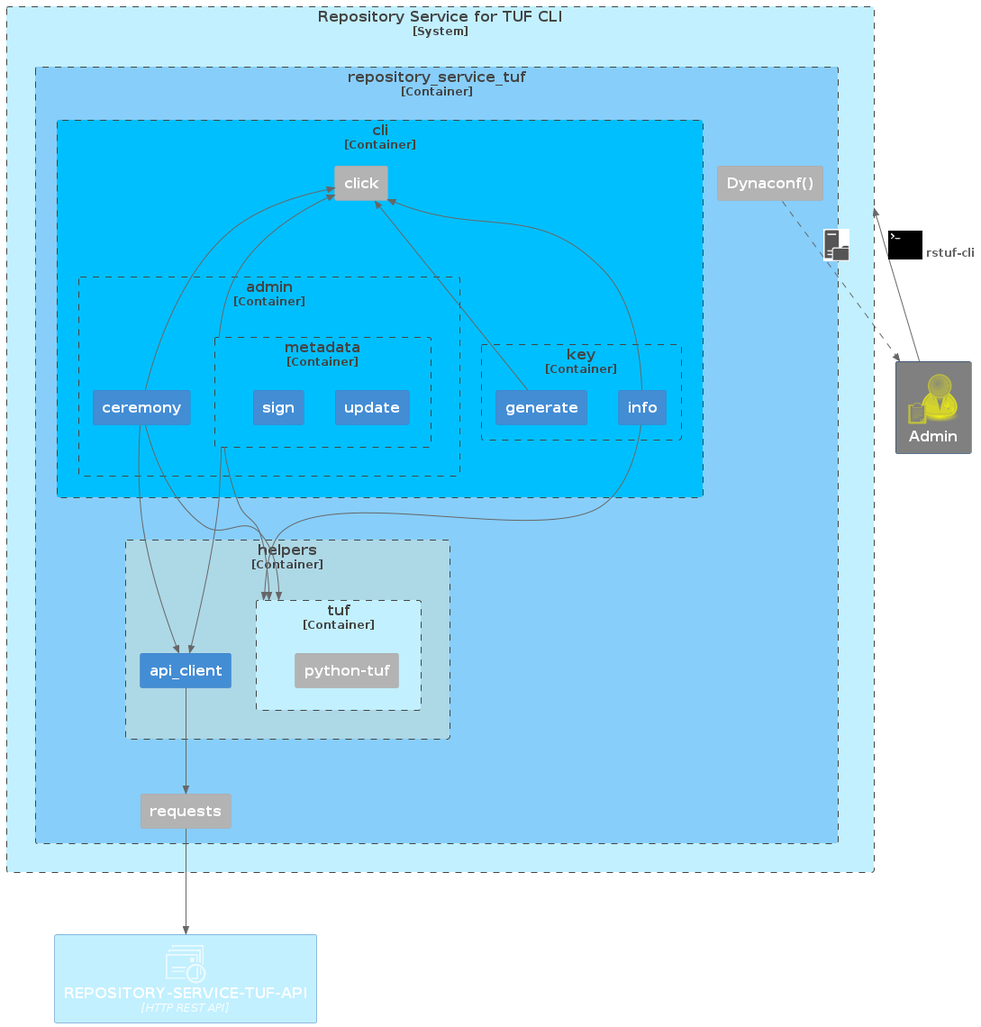
repository-service-tuf/repository-service-tuf keeps this PlantUML diagram as docs/source/_static/repository-service-tuf-cli-C3.png. Above is the earlier version.
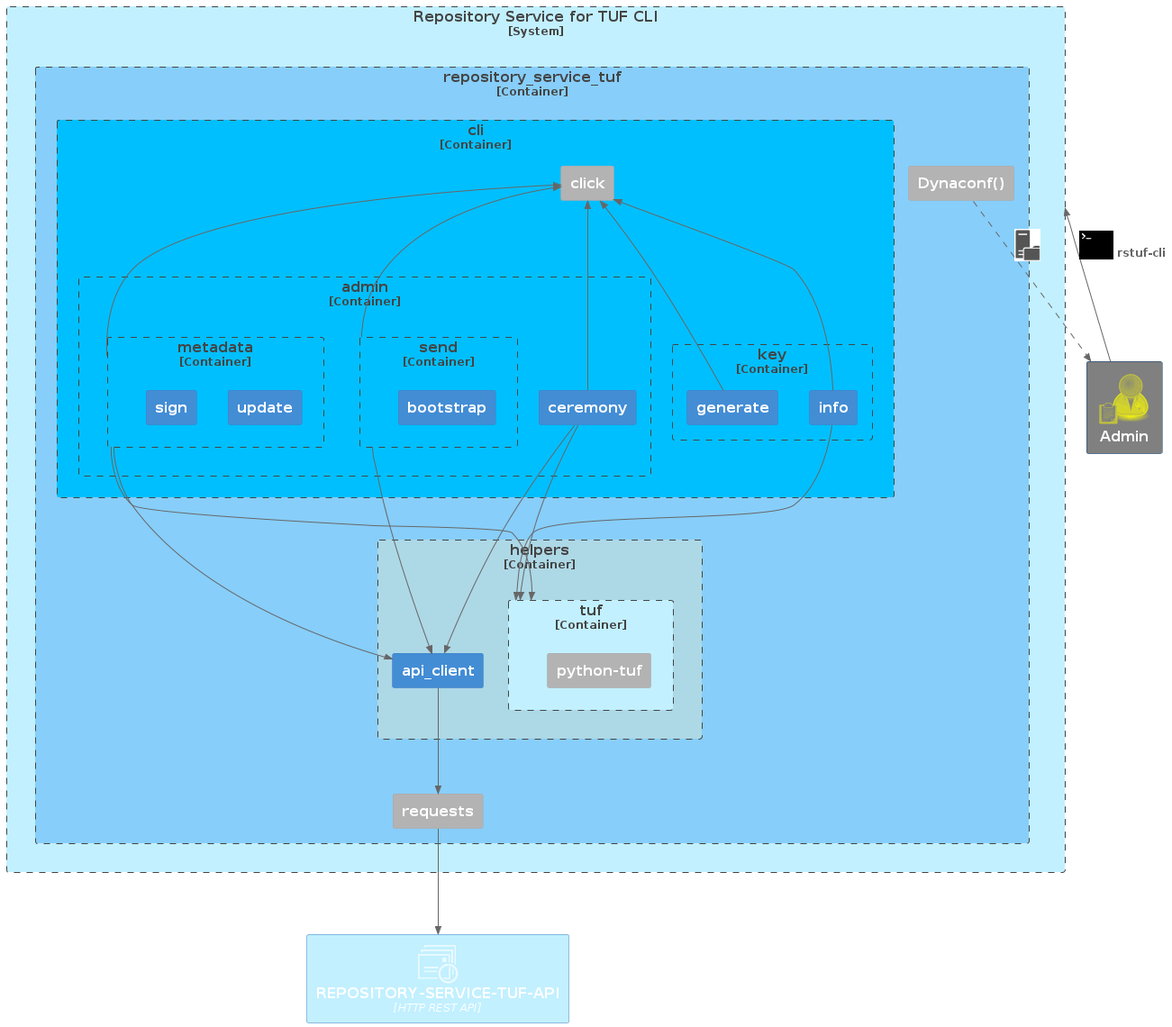
Later version of the same file.

Diff of the diagram source:
```diff
@@ -51,6 +51,12 @@
                     Container(sign, "sign")
 
                 }
+                Container_Boundary(send, "send"){
+                    Container(bootstrap, "bootstrap")
+                    Container(update, "update")
+                    Container(sign, "sign")
+
+                }
             }
             Container_Boundary(key, "key") {
                 Container(key_generate, "generate")
@@ -77,12 +83,14 @@
 Rel(ceremony, api_client, " ")
 Rel(metadata, tuf, " ")
 Rel(metadata, api_client, " ")
+Rel(send, api_client, " ")
 Rel(api_client, requests, " ")
 Rel(dynaconf, user, " ", $tags="os")
 Rel_U(ceremony, click, " ")
 Rel_U(key_generate, click, " ")
 Rel_U(info, click, " ")
 Rel_U(metadata, click, " ")
+Rel_U(send, click, " ")
 Rel(requests, tuf_repository_service_api, " ")
 
 HIDE_STEREOTYPE()
```
